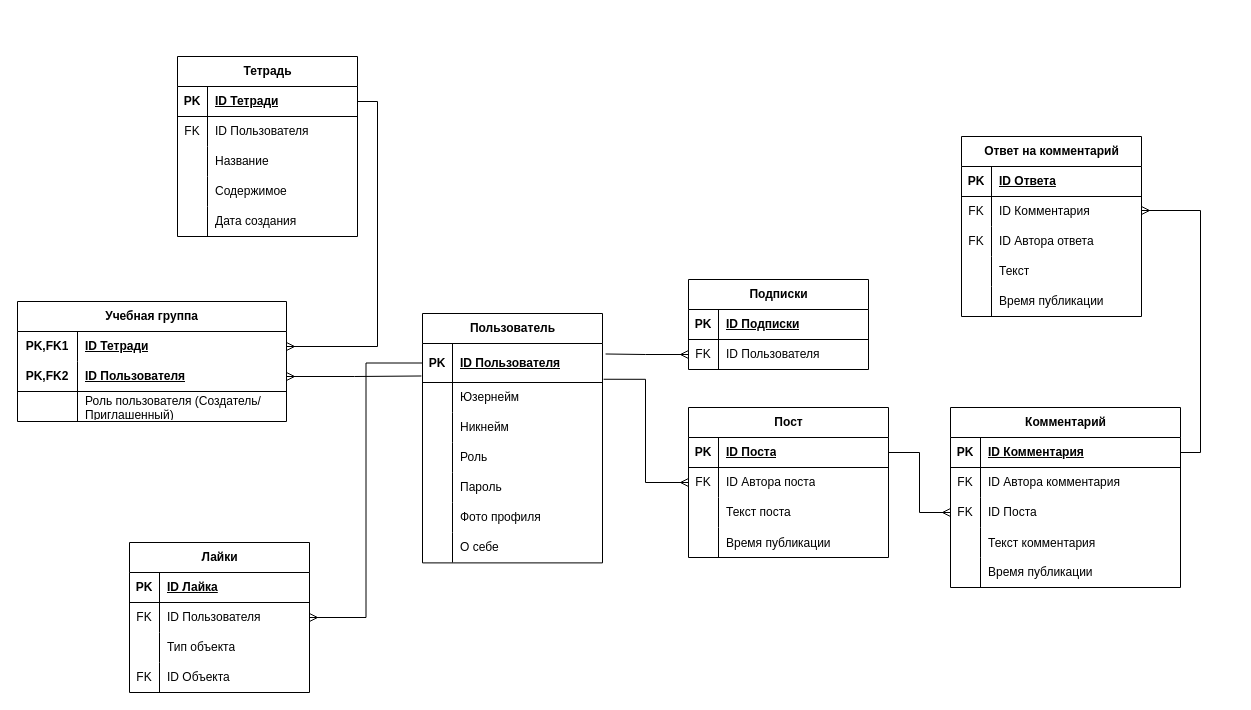
katyatitovskaya/lunwen keeps this draw.io diagram as page "Страница-2" (2 of 3) of doc/IDEF.drawio. Above is the earlier version. Source tidied: cells renumbered, new cells numbered last; positions are measured from the earlier drawing's top-left corner, leaving out a move shared by most shapes. Both pictures are drawn from the tidied source at 100%, with x=0, y=0 at pixel (17, 56).
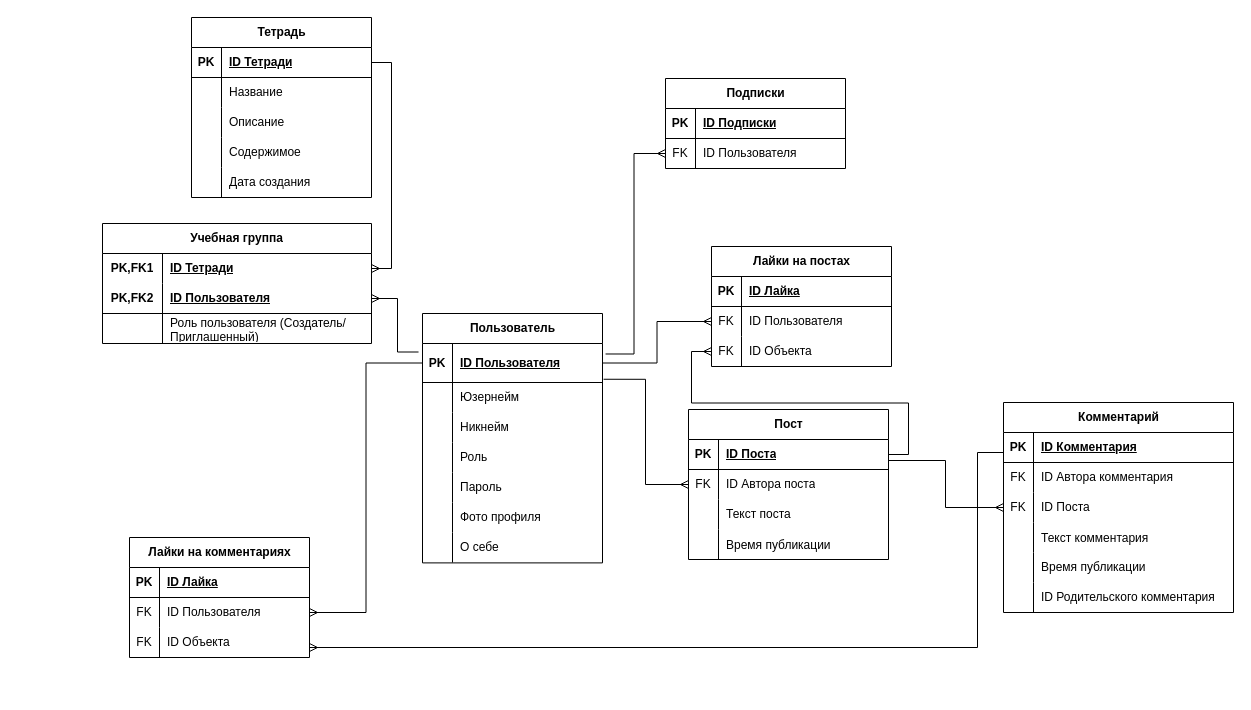
Above is the later version.

Unchanged cells that the change refers to:
```xml
<mxCell id="3" style="shape=tableRow;horizontal=0;startSize=0;swimlaneHead=0;swimlaneBody=0;fillColor=none;points=[[0,0.5],[1,0.5]];portConstraint=eastwest;top=0;left=0;right=0;bottom=1;" parent="2" vertex="1">
  <mxGeometry y="30" width="180" height="39" as="geometry" />
</mxCell>
<mxCell id="25" style="shape=tableRow;horizontal=0;startSize=0;swimlaneHead=0;swimlaneBody=0;fillColor=none;points=[[0,0.5],[1,0.5]];portConstraint=eastwest;top=0;left=0;right=0;bottom=1;" parent="24" vertex="1">
  <mxGeometry y="30" width="200" height="30" as="geometry" />
</mxCell>
<mxCell id="38" style="shape=tableRow;horizontal=0;startSize=0;swimlaneHead=0;swimlaneBody=0;fillColor=none;points=[[0,0.5],[1,0.5]];portConstraint=eastwest;top=0;left=0;right=0;bottom=1;" parent="37" vertex="1">
  <mxGeometry y="30" width="230" height="30" as="geometry" />
</mxCell>
<mxCell id="44" style="shape=tableRow;horizontal=0;startSize=0;swimlaneHead=0;swimlaneBody=0;fillColor=none;points=[[0,0.5],[1,0.5]];portConstraint=eastwest;top=0;left=0;right=0;bottom=0;" parent="37" vertex="1">
  <mxGeometry y="90" width="230" height="30" as="geometry" />
</mxCell>
<mxCell id="97" style="shape=tableRow;horizontal=0;startSize=0;swimlaneHead=0;swimlaneBody=0;fillColor=none;points=[[0,0.5],[1,0.5]];portConstraint=eastwest;top=0;left=0;right=0;bottom=1;html=1;" parent="93" vertex="1">
  <mxGeometry y="60" width="269" height="30" as="geometry" />
</mxCell>
```

Diff of the diagram source:
```diff
@@
     <mxCell id="24" value="Пост" style="shape=table;startSize=30;childLayout=tableLayout;rowLines=0;fontStyle=1;align=center;html=1;" parent="1" vertex="1">
-      <mxGeometry x="671" y="351" width="200" height="150" as="geometry" />
+      <mxGeometry x="671" y="353" width="200" height="150" as="geometry" />
     </mxCell>
@@
     <mxCell id="37" value="Комментарий" style="shape=table;startSize=30;childLayout=tableLayout;rowLines=0;fontStyle=1;align=center;html=1;" parent="1" vertex="1">
-      <mxGeometry x="933" y="351" width="230" height="180" as="geometry" />
+      <mxGeometry x="986" y="346" width="230" height="210" as="geometry" />
     </mxCell>
@@
+    <mxCell id="122" style="shape=tableRow;horizontal=0;startSize=0;swimlaneHead=0;swimlaneBody=0;fillColor=none;top=0;left=0;right=0;bottom=0;" parent="37" vertex="1">
+      <mxGeometry y="180" width="230" height="30" as="geometry" />
+    </mxCell>
+    <mxCell id="123" style="shape=partialRectangle;fillColor=none;top=0;left=0;bottom=0;right=0;overflow=hidden;whiteSpace=wrap;html=1;" parent="122" vertex="1">
+      <mxGeometry width="30" height="30" as="geometry" />
+    </mxCell>
+    <mxCell id="124" value="ID Родительского комментария" style="shape=partialRectangle;fillColor=none;top=0;left=0;bottom=0;right=0;align=left;spacingLeft=6;overflow=hidden;whiteSpace=wrap;html=1;" parent="122" vertex="1">
+      <mxGeometry x="30" width="200" height="30" as="geometry" />
+    </mxCell>
     <mxCell id="53" value="Тетрадь" style="shape=table;startSize=30;childLayout=tableLayout;rowLines=0;fontStyle=1;align=center;html=1;" parent="1" vertex="1">
-      <mxGeometry x="160" width="180" height="180" as="geometry" />
+      <mxGeometry x="174" y="-39" width="180" height="180" as="geometry" />
     </mxCell>
@@
-    <mxCell id="57" style="shape=tableRow;horizontal=0;startSize=0;swimlaneHead=0;swimlaneBody=0;fillColor=none;top=0;left=0;right=0;bottom=0;" parent="53" vertex="1">
-      <mxGeometry y="60" width="180" height="30" as="geometry" />
-    </mxCell>
-    <mxCell id="58" value="FK" style="shape=partialRectangle;fillColor=none;top=0;left=0;bottom=0;right=0;fontStyle=0;overflow=hidden;whiteSpace=wrap;html=1;" parent="57" vertex="1">
-      <mxGeometry width="30" height="30" as="geometry" />
-    </mxCell>
-    <mxCell id="59" value="ID Пользователя" style="shape=partialRectangle;fillColor=none;top=0;left=0;bottom=0;right=0;align=left;spacingLeft=6;fontStyle=0;overflow=hidden;whiteSpace=wrap;html=1;" parent="57" vertex="1">
-      <mxGeometry x="30" width="150" height="30" as="geometry" />
-    </mxCell>
     <mxCell id="60" style="shape=tableRow;horizontal=0;startSize=0;swimlaneHead=0;swimlaneBody=0;fillColor=none;top=0;left=0;right=0;bottom=0;" parent="53" vertex="1">
-      <mxGeometry y="90" width="180" height="30" as="geometry" />
+      <mxGeometry y="60" width="180" height="30" as="geometry" />
     </mxCell>
@@
+    <mxCell id="125" style="shape=tableRow;horizontal=0;startSize=0;swimlaneHead=0;swimlaneBody=0;fillColor=none;top=0;left=0;right=0;bottom=0;" parent="53" vertex="1">
+      <mxGeometry y="90" width="180" height="30" as="geometry" />
+    </mxCell>
+    <mxCell id="126" style="shape=partialRectangle;fillColor=none;top=0;left=0;bottom=0;right=0;overflow=hidden;whiteSpace=wrap;html=1;" parent="125" vertex="1">
+      <mxGeometry width="30" height="30" as="geometry" />
+    </mxCell>
+    <mxCell id="127" value="Описание" style="shape=partialRectangle;fillColor=none;top=0;left=0;bottom=0;right=0;align=left;spacingLeft=6;overflow=hidden;whiteSpace=wrap;html=1;" parent="125" vertex="1">
+      <mxGeometry x="30" width="150" height="30" as="geometry" />
+    </mxCell>
@@
-    <mxCell id="69" value="Лайки" style="shape=table;startSize=30;childLayout=tableLayout;rowLines=0;fontStyle=1;align=center;html=1;" parent="1" vertex="1">
-      <mxGeometry x="112" y="486" width="180" height="150" as="geometry" />
+    <mxCell id="69" value="Лайки на комментариях" style="shape=table;startSize=30;childLayout=tableLayout;rowLines=0;fontStyle=1;align=center;html=1;" parent="1" vertex="1">
+      <mxGeometry x="112" y="481" width="180" height="120" as="geometry" />
     </mxCell>
@@
-    <mxCell id="76" style="shape=tableRow;horizontal=0;startSize=0;swimlaneHead=0;swimlaneBody=0;fillColor=none;top=0;left=0;right=0;bottom=0;" parent="69" vertex="1">
-      <mxGeometry y="90" width="180" height="30" as="geometry" />
-    </mxCell>
-    <mxCell id="77" style="shape=partialRectangle;fillColor=none;top=0;left=0;bottom=0;right=0;overflow=hidden;whiteSpace=wrap;html=1;" parent="76" vertex="1">
-      <mxGeometry width="30" height="30" as="geometry" />
-    </mxCell>
-    <mxCell id="78" value="Тип объекта" style="shape=partialRectangle;fillColor=none;top=0;left=0;bottom=0;right=0;align=left;spacingLeft=6;overflow=hidden;whiteSpace=wrap;html=1;" parent="76" vertex="1">
-      <mxGeometry x="30" width="150" height="30" as="geometry" />
-    </mxCell>
     <mxCell id="79" style="shape=tableRow;horizontal=0;startSize=0;swimlaneHead=0;swimlaneBody=0;fillColor=none;points=[[0,0.5],[1,0.5]];portConstraint=eastwest;top=0;left=0;right=0;bottom=0;" parent="69" vertex="1">
-      <mxGeometry y="120" width="180" height="30" as="geometry" />
+      <mxGeometry y="90" width="180" height="30" as="geometry" />
     </mxCell>
@@
     <mxCell id="83" style="edgeStyle=orthogonalEdgeStyle;rounded=0;jettySize=auto;html=1;entryX=1;entryY=0.5;entryDx=0;entryDy=0;startArrow=ERmany;startFill=0;endArrow=none;endFill=0;" parent="1" edge="1" source="44" target="25">
-      <mxGeometry relative="1" as="geometry" />
+      <mxGeometry relative="1" as="geometry">
+        <Array as="points">
+          <mxPoint x="928" y="451" />
+          <mxPoint x="928" y="404" />
+          <mxPoint x="871" y="404" />
+        </Array>
+      </mxGeometry>
     </mxCell>
@@
     <mxCell id="85" value="Подписки" style="shape=table;startSize=30;childLayout=tableLayout;rowLines=0;fontStyle=1;align=center;html=1;" parent="1" vertex="1">
-      <mxGeometry x="671" y="223" width="180" height="90" as="geometry" />
+      <mxGeometry x="648" y="22" width="180" height="90" as="geometry" />
     </mxCell>
@@
     <mxCell id="93" value="Учебная группа" style="shape=table;startSize=30;childLayout=tableLayout;rowLines=0;fontStyle=1;align=center;html=1;whiteSpace=wrap;" parent="1" vertex="1">
-      <mxGeometry y="245" width="269" height="120" as="geometry" />
+      <mxGeometry x="85" y="167" width="269" height="120" as="geometry" />
     </mxCell>
@@
-    <mxCell id="103" style="edgeStyle=orthogonalEdgeStyle;rounded=0;jettySize=auto;html=1;entryX=-0.006;entryY=0.833;entryDx=0;entryDy=0;entryPerimeter=0;endArrow=none;endFill=0;startArrow=ERmany;startFill=0;" parent="1" edge="1" source="97" target="3">
-      <mxGeometry relative="1" as="geometry" />
+    <mxCell id="103" style="edgeStyle=orthogonalEdgeStyle;rounded=0;jettySize=auto;html=1;entryX=-0.022;entryY=0.218;entryDx=0;entryDy=0;entryPerimeter=0;endArrow=none;endFill=0;startArrow=ERmany;startFill=0;" parent="1" edge="1" source="97" target="3">
+      <mxGeometry relative="1" as="geometry">
+        <Array as="points">
+          <mxPoint x="380" y="242" />
+          <mxPoint x="380" y="296" />
+        </Array>
+      </mxGeometry>
     </mxCell>
@@
-    <mxCell id="105" value="Ответ на комментарий" style="shape=table;startSize=30;childLayout=tableLayout;rowLines=0;fontStyle=1;align=center;html=1;" parent="1" vertex="1">
-      <mxGeometry x="944" y="80" width="180" height="180" as="geometry" />
-    </mxCell>
+    <mxCell id="128" style="edgeStyle=orthogonalEdgeStyle;rounded=0;jettySize=auto;html=1;entryX=0;entryY=0.5;entryDx=0;entryDy=0;endArrow=none;endFill=0;startArrow=ERmany;startFill=0;" parent="1" edge="1" source="79" target="38">
+      <mxGeometry relative="1" as="geometry">
+        <Array as="points">
+          <mxPoint x="960" y="591" />
+          <mxPoint x="960" y="396" />
+          <mxPoint x="986" y="396" />
+        </Array>
+      </mxGeometry>
+    </mxCell>
+    <mxCell id="129" value="Лайки на постах" style="shape=table;startSize=30;childLayout=tableLayout;rowLines=0;fontStyle=1;align=center;html=1;" parent="1" vertex="1">
+      <mxGeometry x="694" y="190" width="180" height="120" as="geometry" />
+    </mxCell>
-    <mxCell id="106" style="shape=tableRow;horizontal=0;startSize=0;swimlaneHead=0;swimlaneBody=0;fillColor=none;top=0;left=0;right=0;bottom=1;" parent="105" vertex="1">
+    <mxCell id="106" style="shape=tableRow;horizontal=0;startSize=0;swimlaneHead=0;swimlaneBody=0;fillColor=none;top=0;left=0;right=0;bottom=1;" parent="129" vertex="1">
       <mxGeometry y="30" width="180" height="30" as="geometry" />
     </mxCell>
@@
-    <mxCell id="108" value="ID Ответа" style="shape=partialRectangle;fillColor=none;top=0;left=0;bottom=0;right=0;align=left;spacingLeft=6;fontStyle=5;overflow=hidden;whiteSpace=wrap;html=1;" parent="106" vertex="1">
-      <mxGeometry x="30" width="150" height="30" as="geometry" />
-    </mxCell>
-    <mxCell id="109" style="shape=tableRow;horizontal=0;startSize=0;swimlaneHead=0;swimlaneBody=0;fillColor=none;points=[[0,0.5],[1,0.5]];portConstraint=eastwest;top=0;left=0;right=0;bottom=0;" parent="105" vertex="1">
-      <mxGeometry y="60" width="180" height="30" as="geometry" />
-    </mxCell>
-    <mxCell id="110" value="FK" style="shape=partialRectangle;fillColor=none;top=0;left=0;bottom=0;right=0;fontStyle=0;overflow=hidden;whiteSpace=wrap;html=1;" parent="109" vertex="1">
-      <mxGeometry width="30" height="30" as="geometry" />
-    </mxCell>
-    <mxCell id="111" value="ID Комментария" style="shape=partialRectangle;fillColor=none;top=0;left=0;bottom=0;right=0;align=left;spacingLeft=6;fontStyle=0;overflow=hidden;whiteSpace=wrap;html=1;" parent="109" vertex="1">
-      <mxGeometry x="30" width="150" height="30" as="geometry" />
-    </mxCell>
-    <mxCell id="112" style="shape=tableRow;horizontal=0;startSize=0;swimlaneHead=0;swimlaneBody=0;fillColor=none;top=0;left=0;right=0;bottom=0;" parent="105" vertex="1">
-      <mxGeometry y="90" width="180" height="30" as="geometry" />
-    </mxCell>
-    <mxCell id="113" value="FK" style="shape=partialRectangle;fillColor=none;top=0;left=0;bottom=0;right=0;fontStyle=0;overflow=hidden;whiteSpace=wrap;html=1;" parent="112" vertex="1">
-      <mxGeometry width="30" height="30" as="geometry" />
-    </mxCell>
-    <mxCell id="114" value="ID Автора ответа" style="shape=partialRectangle;fillColor=none;top=0;left=0;bottom=0;right=0;align=left;spacingLeft=6;fontStyle=0;overflow=hidden;whiteSpace=wrap;html=1;" parent="112" vertex="1">
-      <mxGeometry x="30" width="150" height="30" as="geometry" />
-    </mxCell>
-    <mxCell id="115" style="shape=tableRow;horizontal=0;startSize=0;swimlaneHead=0;swimlaneBody=0;fillColor=none;top=0;left=0;right=0;bottom=0;" parent="105" vertex="1">
-      <mxGeometry y="120" width="180" height="30" as="geometry" />
-    </mxCell>
-    <mxCell id="116" style="shape=partialRectangle;fillColor=none;top=0;left=0;bottom=0;right=0;overflow=hidden;whiteSpace=wrap;html=1;" parent="115" vertex="1">
-      <mxGeometry width="30" height="30" as="geometry" />
-    </mxCell>
-    <mxCell id="117" value="Текст" style="shape=partialRectangle;fillColor=none;top=0;left=0;bottom=0;right=0;align=left;spacingLeft=6;overflow=hidden;whiteSpace=wrap;html=1;" parent="115" vertex="1">
-      <mxGeometry x="30" width="150" height="30" as="geometry" />
-    </mxCell>
-    <mxCell id="118" style="shape=tableRow;horizontal=0;startSize=0;swimlaneHead=0;swimlaneBody=0;fillColor=none;top=0;left=0;right=0;bottom=0;" parent="105" vertex="1">
-      <mxGeometry y="150" width="180" height="30" as="geometry" />
-    </mxCell>
-    <mxCell id="119" style="shape=partialRectangle;fillColor=none;top=0;left=0;bottom=0;right=0;overflow=hidden;whiteSpace=wrap;html=1;" parent="118" vertex="1">
-      <mxGeometry width="30" height="30" as="geometry" />
-    </mxCell>
-    <mxCell id="120" value="Время публикации" style="shape=partialRectangle;fillColor=none;top=0;left=0;bottom=0;right=0;align=left;spacingLeft=6;overflow=hidden;whiteSpace=wrap;html=1;" parent="118" vertex="1">
-      <mxGeometry x="30" width="150" height="30" as="geometry" />
-    </mxCell>
-    <mxCell id="121" style="edgeStyle=orthogonalEdgeStyle;rounded=0;jettySize=auto;html=1;entryX=1;entryY=0.5;entryDx=0;entryDy=0;startArrow=ERmany;startFill=0;endArrow=none;endFill=0;" parent="1" edge="1" source="109" target="38">
-      <mxGeometry relative="1" as="geometry">
-        <Array as="points">
-          <mxPoint x="1183" y="154" />
-          <mxPoint x="1183" y="396" />
-        </Array>
-      </mxGeometry>
-    </mxCell>
+    <mxCell id="130" value="ID Лайка" style="shape=partialRectangle;fillColor=none;top=0;left=0;bottom=0;right=0;align=left;spacingLeft=6;fontStyle=5;overflow=hidden;whiteSpace=wrap;html=1;" parent="106" vertex="1">
+      <mxGeometry x="30" width="150" height="30" as="geometry" />
+    </mxCell>
+    <mxCell id="131" style="shape=tableRow;horizontal=0;startSize=0;swimlaneHead=0;swimlaneBody=0;fillColor=none;points=[[0,0.5],[1,0.5]];portConstraint=eastwest;top=0;left=0;right=0;bottom=0;" parent="129" vertex="1">
+      <mxGeometry y="60" width="180" height="30" as="geometry" />
+    </mxCell>
+    <mxCell id="132" value="FK" style="shape=partialRectangle;fillColor=none;top=0;left=0;bottom=0;right=0;fontStyle=0;overflow=hidden;whiteSpace=wrap;html=1;" parent="131" vertex="1">
+      <mxGeometry width="30" height="30" as="geometry" />
+    </mxCell>
+    <mxCell id="59" value="ID Пользователя" style="shape=partialRectangle;fillColor=none;top=0;left=0;bottom=0;right=0;align=left;spacingLeft=6;fontStyle=0;overflow=hidden;whiteSpace=wrap;html=1;" parent="131" vertex="1">
+      <mxGeometry x="30" width="150" height="30" as="geometry" />
+    </mxCell>
+    <mxCell id="133" style="shape=tableRow;horizontal=0;startSize=0;swimlaneHead=0;swimlaneBody=0;fillColor=none;points=[[0,0.5],[1,0.5]];portConstraint=eastwest;top=0;left=0;right=0;bottom=0;" parent="129" vertex="1">
+      <mxGeometry y="90" width="180" height="30" as="geometry" />
+    </mxCell>
+    <mxCell id="134" value="FK" style="shape=partialRectangle;fillColor=none;top=0;left=0;bottom=0;right=0;fontStyle=0;overflow=hidden;whiteSpace=wrap;html=1;" parent="133" vertex="1">
+      <mxGeometry width="30" height="30" as="geometry" />
+    </mxCell>
+    <mxCell id="135" value="ID Объекта" style="shape=partialRectangle;fillColor=none;top=0;left=0;bottom=0;right=0;align=left;spacingLeft=6;fontStyle=0;overflow=hidden;whiteSpace=wrap;html=1;" parent="133" vertex="1">
+      <mxGeometry x="30" width="150" height="30" as="geometry" />
+    </mxCell>
+    <mxCell id="136" style="edgeStyle=orthogonalEdgeStyle;rounded=0;jettySize=auto;html=1;entryX=1;entryY=0.5;entryDx=0;entryDy=0;endArrow=none;endFill=0;startArrow=ERmany;startFill=0;" parent="1" edge="1" source="131" target="3">
+      <mxGeometry relative="1" as="geometry" />
+    </mxCell>
+    <mxCell id="137" style="edgeStyle=orthogonalEdgeStyle;rounded=0;jettySize=auto;html=1;entryX=1;entryY=0.5;entryDx=0;entryDy=0;endArrow=none;endFill=0;startArrow=ERmany;startFill=0;" parent="1" edge="1" source="133" target="25">
+      <mxGeometry relative="1" as="geometry" />
+    </mxCell>
```
